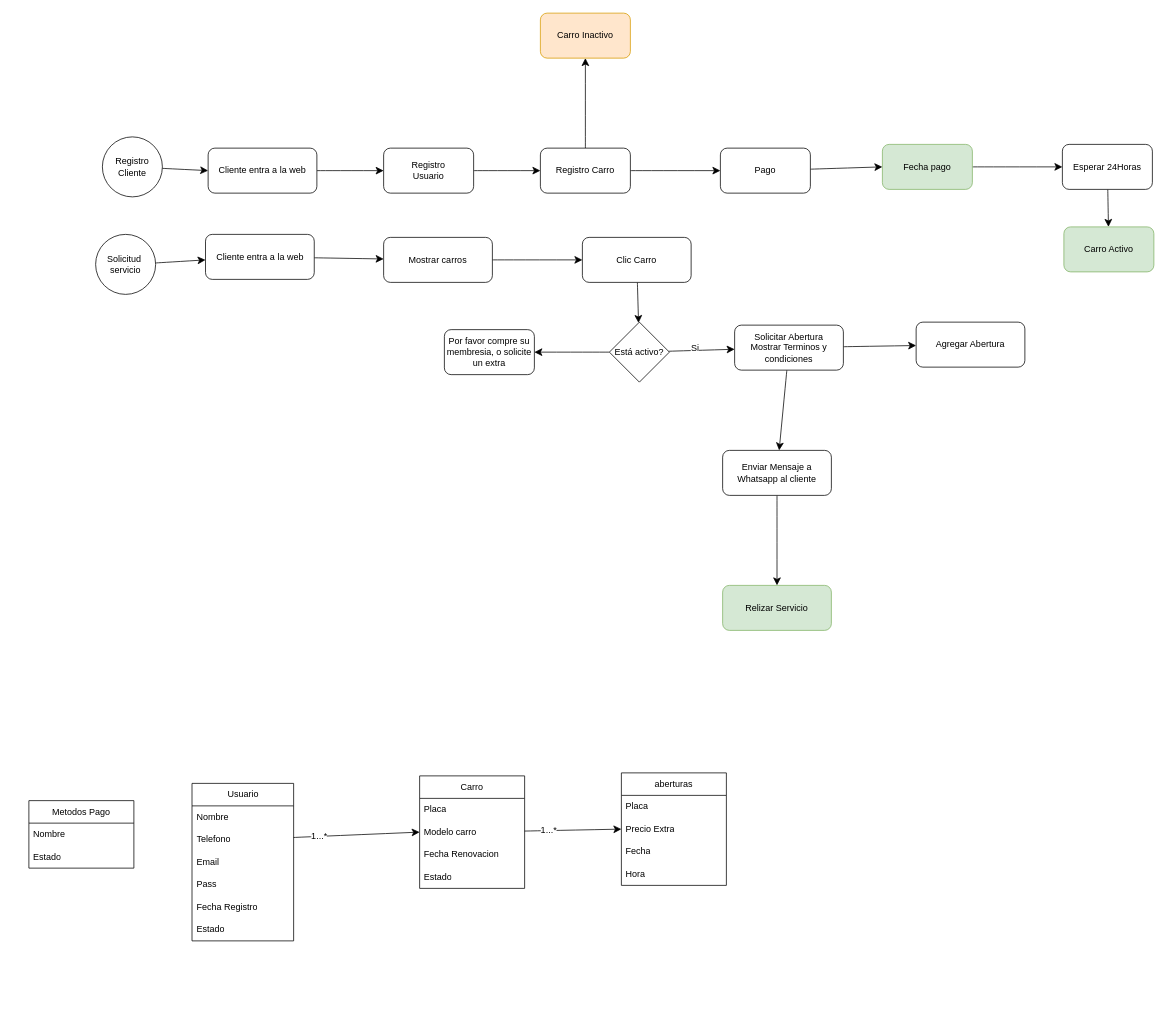
Before: carrOpen.drawio in luigy23/Diagramas-drawio, a draw.io diagram. Source tidied: cells renumbered, new cells numbered last; positions are measured from the earlier drawing's top-left corner, leaving out a move shared by most shapes. Both pictures are drawn from the tidied source at 75%, with x=0, y=0 at pixel (28, 13).
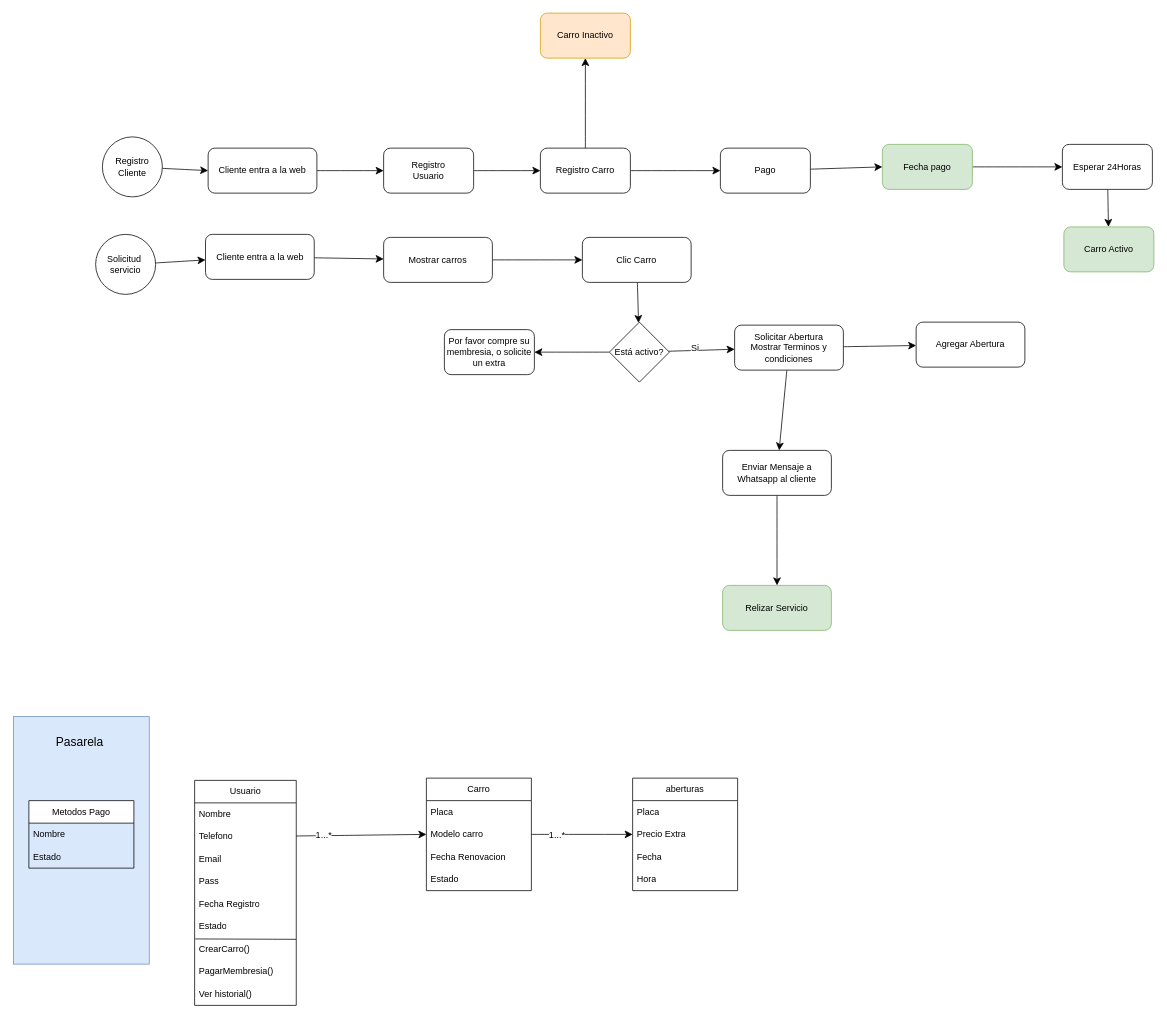
The same diagram, later.

The change refers to these unchanged cells:
```xml
<mxCell id="17" value="Estado" style="text;strokeColor=none;fillColor=none;align=left;verticalAlign=middle;spacingLeft=4;spacingRight=4;overflow=hidden;points=[[0,0.5],[1,0.5]];portConstraint=eastwest;whiteSpace=wrap;html=1;" parent="11" vertex="1">
  <mxGeometry y="180" width="135.5" height="30" as="geometry" />
</mxCell>
```

Diff of the diagram source:
```diff
@@
     <mxCell id="6" value="Carro" style="swimlane;fontStyle=0;horizontal=1;startSize=30;whiteSpace=wrap;html=1;" parent="1" vertex="1">
-      <mxGeometry x="521" y="1017" width="140" height="150" as="geometry" />
+      <mxGeometry x="530" y="1020" width="140" height="150" as="geometry" />
     </mxCell>
@@
     <mxCell id="11" value="Usuario" style="swimlane;fontStyle=0;horizontal=1;startSize=30;whiteSpace=wrap;html=1;" parent="1" vertex="1">
-      <mxGeometry x="217.5" y="1027" width="135.5" height="210" as="geometry" />
+      <mxGeometry x="221" y="1023" width="135.5" height="300" as="geometry" />
     </mxCell>
@@
+    <mxCell id="63" value="CrearCarro()" style="text;strokeColor=none;fillColor=none;align=left;verticalAlign=middle;spacingLeft=4;spacingRight=4;overflow=hidden;points=[[0,0.5],[1,0.5]];portConstraint=eastwest;whiteSpace=wrap;html=1;" parent="11" vertex="1">
+      <mxGeometry y="210" width="135.5" height="30" as="geometry" />
+    </mxCell>
+    <mxCell id="64" style="endArrow=none;html=1;rounded=0;fontSize=12;startSize=8;endSize=8;curved=1;exitX=0.006;exitY=1.047;exitDx=0;exitDy=0;exitPerimeter=0;entryX=0.998;entryY=0.064;entryDx=0;entryDy=0;entryPerimeter=0;" parent="11" edge="1" source="17" target="63">
+      <mxGeometry relative="1" as="geometry" />
+    </mxCell>
+    <mxCell id="65" value="PagarMembresia()" style="text;strokeColor=none;fillColor=none;align=left;verticalAlign=middle;spacingLeft=4;spacingRight=4;overflow=hidden;whiteSpace=wrap;html=1;" parent="11" vertex="1">
+      <mxGeometry y="240" width="135.5" height="30" as="geometry" />
+    </mxCell>
+    <mxCell id="66" value="Ver historial()" style="text;strokeColor=none;fillColor=none;align=left;verticalAlign=middle;spacingLeft=4;spacingRight=4;overflow=hidden;whiteSpace=wrap;html=1;" parent="11" vertex="1">
+      <mxGeometry y="270" width="135.5" height="30" as="geometry" />
+    </mxCell>
@@
-    <mxCell id="26" value="Metodos Pago" style="swimlane;fontStyle=0;horizontal=1;startSize=30;whiteSpace=wrap;html=1;" parent="1" vertex="1">
-      <mxGeometry y="1050" width="140" height="90" as="geometry" />
-    </mxCell>
-    <mxCell id="27" value="Nombre" style="text;strokeColor=none;fillColor=none;align=left;verticalAlign=middle;spacingLeft=4;spacingRight=4;overflow=hidden;whiteSpace=wrap;html=1;" parent="26" vertex="1">
-      <mxGeometry y="30" width="140" height="30" as="geometry" />
-    </mxCell>
-    <mxCell id="28" value="Estado" style="text;strokeColor=none;fillColor=none;align=left;verticalAlign=middle;spacingLeft=4;spacingRight=4;overflow=hidden;whiteSpace=wrap;html=1;" parent="26" vertex="1">
-      <mxGeometry y="60" width="140" height="30" as="geometry" />
-    </mxCell>
@@
     <mxCell id="50" value="aberturas" style="swimlane;fontStyle=0;horizontal=1;startSize=30;whiteSpace=wrap;html=1;" parent="1" vertex="1">
-      <mxGeometry x="790" y="1013" width="140" height="150" as="geometry" />
+      <mxGeometry x="805" y="1020" width="140" height="150" as="geometry" />
     </mxCell>
@@
+    <mxCell id="67" style="group;" parent="1" vertex="1">
+      <mxGeometry x="-20.5" y="938" width="181" height="330" as="geometry" />
+    </mxCell>
+    <mxCell id="68" style="rounded=0;whiteSpace=wrap;html=1;fillColor=#dae8fc;strokeColor=#6c8ebf;" parent="67" vertex="1">
+      <mxGeometry width="181" height="330" as="geometry" />
+    </mxCell>
+    <mxCell id="26" value="Metodos Pago" style="swimlane;fontStyle=0;horizontal=1;startSize=30;whiteSpace=wrap;html=1;" parent="67" vertex="1">
+      <mxGeometry x="20.5" y="112" width="140" height="90" as="geometry" />
+    </mxCell>
+    <mxCell id="27" value="Nombre" style="text;strokeColor=none;fillColor=none;align=left;verticalAlign=middle;spacingLeft=4;spacingRight=4;overflow=hidden;whiteSpace=wrap;html=1;" parent="26" vertex="1">
+      <mxGeometry y="30" width="140" height="30" as="geometry" />
+    </mxCell>
+    <mxCell id="28" value="Estado" style="text;strokeColor=none;fillColor=none;align=left;verticalAlign=middle;spacingLeft=4;spacingRight=4;overflow=hidden;whiteSpace=wrap;html=1;" parent="26" vertex="1">
+      <mxGeometry y="60" width="140" height="30" as="geometry" />
+    </mxCell>
+    <mxCell id="69" value="Pasarela" style="text;strokeColor=none;fillColor=none;html=1;align=center;verticalAlign=middle;whiteSpace=wrap;rounded=0;fontSize=16;" parent="67" vertex="1">
+      <mxGeometry x="58.5" y="19" width="60" height="30" as="geometry" />
+    </mxCell>
```
